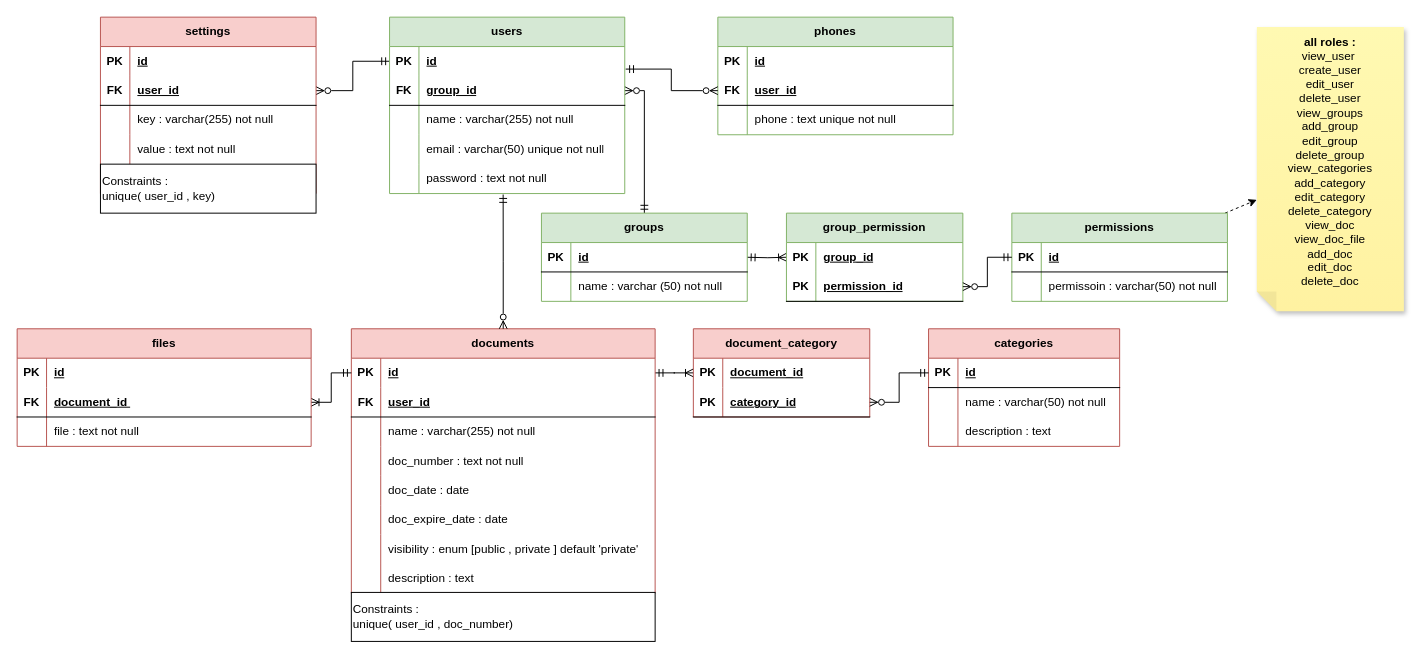
The draw.io diagram page "db_schema" (1 of 4) of planning/diagram.drawio in khaledfathi/documents-vault, before the edit. Source tidied: cells renumbered, new cells numbered last; positions are measured from the earlier drawing's top-left corner, leaving out a move shared by most shapes. Both pictures are drawn from the tidied source at 98%, with x=0, y=0 at pixel (17, 17).
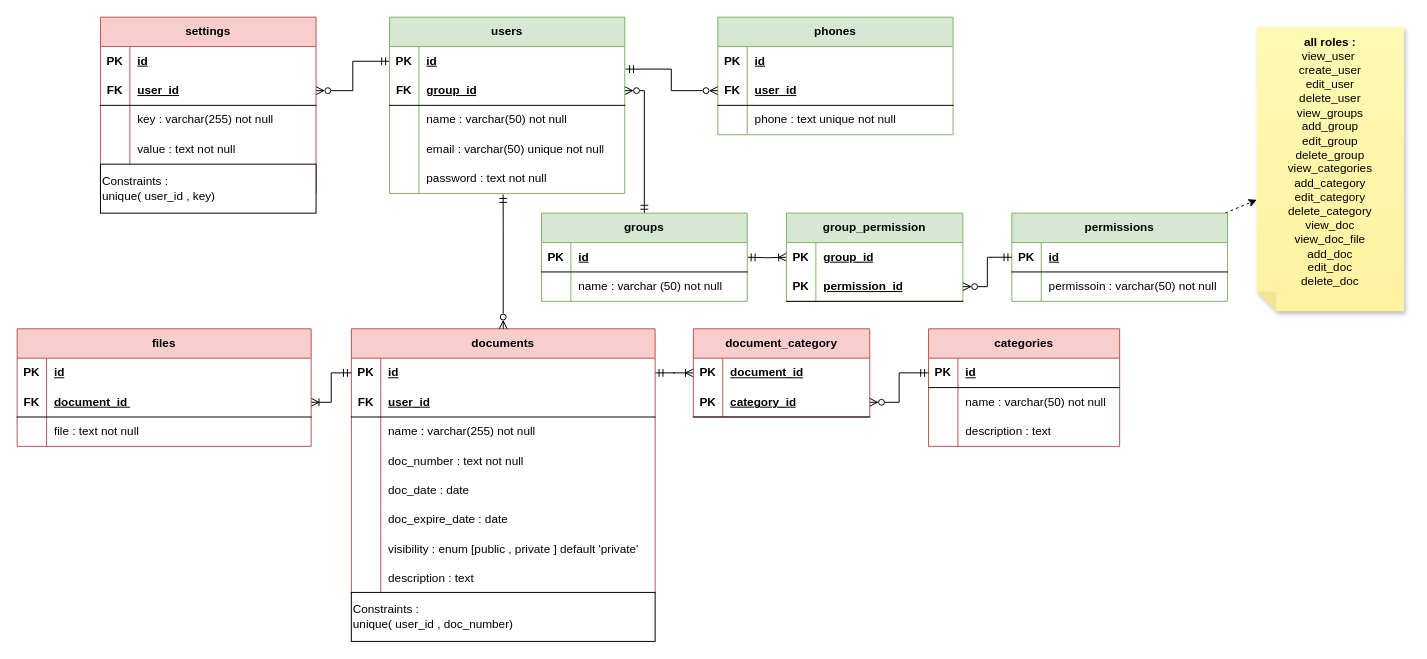
The same page after the edit.

Unchanged cells that the change refers to:
```xml
<mxCell id="69" style="shape=tableRow;horizontal=0;startSize=0;swimlaneHead=0;swimlaneBody=0;fillColor=none;top=0;left=0;right=0;bottom=0;html=1;" parent="62" vertex="1">
  <mxGeometry y="90" width="240" height="30" as="geometry" />
</mxCell>
```

Change to the diagram source:
```diff
@@
-    <mxCell id="71" value="name : varchar(255) not null" style="shape=partialRectangle;fillColor=none;top=0;left=0;bottom=0;right=0;align=left;spacingLeft=6;overflow=hidden;html=1;whiteSpace=wrap;" parent="69" vertex="1">
+    <mxCell id="71" value="name : varchar(50) not null" style="shape=partialRectangle;fillColor=none;top=0;left=0;bottom=0;right=0;align=left;spacingLeft=6;overflow=hidden;html=1;whiteSpace=wrap;" parent="69" vertex="1">
       <mxGeometry x="30" width="210" height="30" as="geometry" />
     </mxCell>
```
